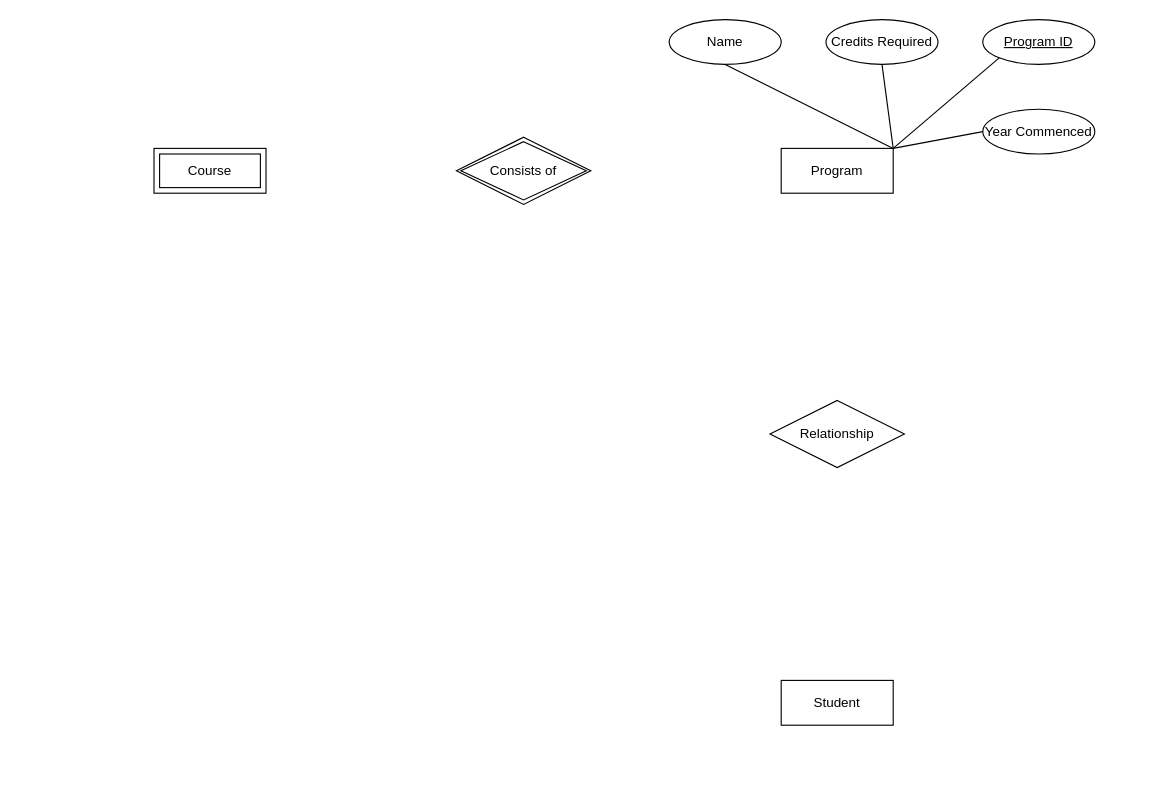
Above: the_university_database.drawio in patrick-doumont/ermodeling (draw.io), before the change. Source tidied: cells renumbered, new cells numbered last; positions are measured from the earlier drawing's top-left corner, leaving out a move shared by most shapes. Both pictures are drawn from the tidied source at 112%, with x=0, y=0 at pixel (153, 19).
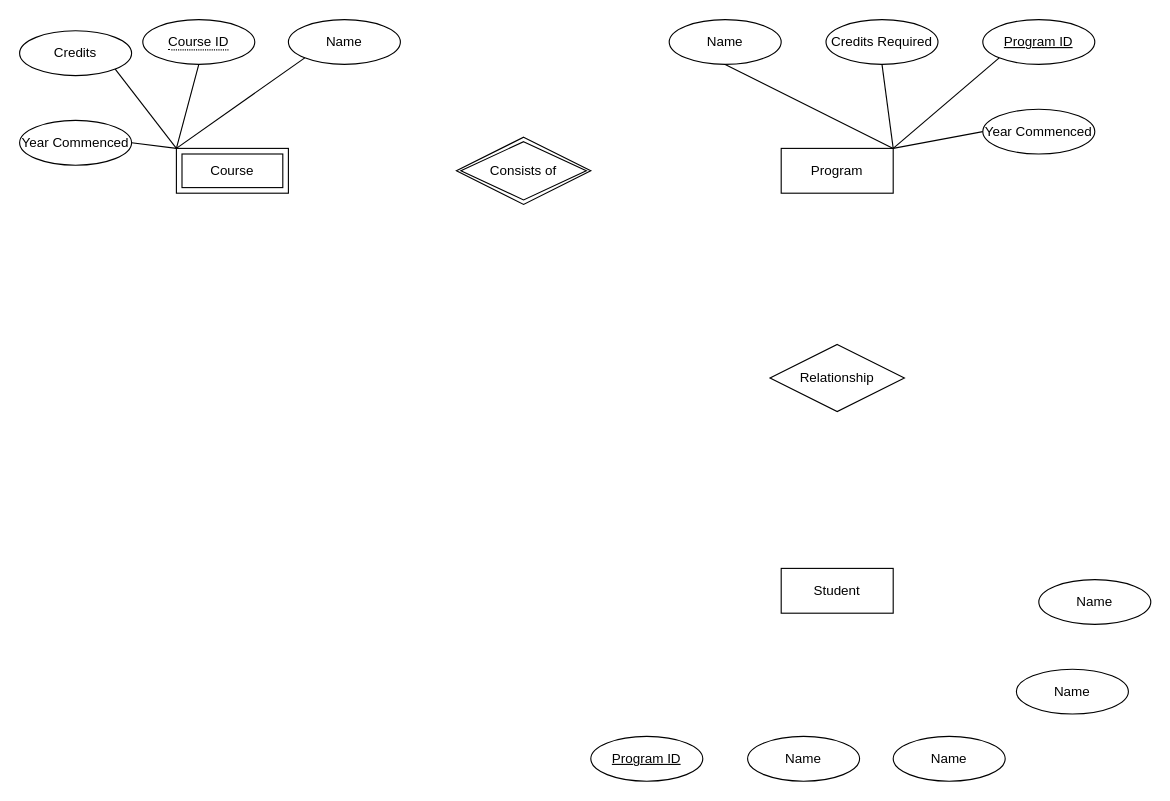
Above is the later version.

The edit, as a diff of the source:
```diff
@@
     <mxCell id="2" value="Student" style="whiteSpace=wrap;html=1;align=center;" parent="1" vertex="1">
-      <mxGeometry x="560" y="590" width="100" height="40" as="geometry" />
+      <mxGeometry x="560" y="490" width="100" height="40" as="geometry" />
     </mxCell>
@@
     <mxCell id="4" value="Course" style="shape=ext;margin=3;double=1;whiteSpace=wrap;html=1;align=center;" parent="1" vertex="1">
-      <mxGeometry y="115" width="100" height="40" as="geometry" />
+      <mxGeometry x="20" y="115" width="100" height="40" as="geometry" />
     </mxCell>
@@
     <mxCell id="6" value="Relationship" style="shape=rhombus;perimeter=rhombusPerimeter;whiteSpace=wrap;html=1;align=center;" parent="1" vertex="1">
-      <mxGeometry x="550" y="340" width="120" height="60" as="geometry" />
+      <mxGeometry x="550" y="290" width="120" height="60" as="geometry" />
     </mxCell>
@@
+    <mxCell id="15" value="Credits" style="ellipse;whiteSpace=wrap;html=1;align=center;" parent="1" vertex="1">
+      <mxGeometry x="-120" y="10" width="100" height="40" as="geometry" />
+    </mxCell>
+    <mxCell id="16" value="Name" style="ellipse;whiteSpace=wrap;html=1;align=center;" parent="1" vertex="1">
+      <mxGeometry x="120" width="100" height="40" as="geometry" />
+    </mxCell>
+    <mxCell id="17" value="Year Commenced" style="ellipse;whiteSpace=wrap;html=1;align=center;" parent="1" vertex="1">
+      <mxGeometry x="-120" y="90" width="100" height="40" as="geometry" />
+    </mxCell>
+    <mxCell id="18" style="endArrow=none;html=1;rounded=0;exitX=1;exitY=1;exitDx=0;exitDy=0;entryX=0;entryY=0;entryDx=0;entryDy=0;" parent="1" edge="1" source="15" target="4">
+      <mxGeometry relative="1" as="geometry" />
+    </mxCell>
+    <mxCell id="19" style="endArrow=none;html=1;rounded=0;exitX=0;exitY=0;exitDx=0;exitDy=0;entryX=1;entryY=0.5;entryDx=0;entryDy=0;" parent="1" edge="1" source="4" target="17">
+      <mxGeometry relative="1" as="geometry" />
+    </mxCell>
+    <mxCell id="20" style="endArrow=none;html=1;rounded=0;exitX=0;exitY=0;exitDx=0;exitDy=0;entryX=0;entryY=1;entryDx=0;entryDy=0;" parent="1" edge="1" source="4" target="16">
+      <mxGeometry relative="1" as="geometry" />
+    </mxCell>
+    <mxCell id="21" style="endArrow=none;html=1;rounded=0;exitX=0;exitY=0;exitDx=0;exitDy=0;entryX=0.5;entryY=1;entryDx=0;entryDy=0;" parent="1" edge="1" source="4" target="22">
+      <mxGeometry relative="1" as="geometry" />
+    </mxCell>
+    <mxCell id="22" value="&lt;span style=&quot;border-bottom: 1px dotted&quot;&gt;Course ID&lt;/span&gt;" style="ellipse;whiteSpace=wrap;html=1;align=center;" parent="1" vertex="1">
+      <mxGeometry x="-10" width="100" height="40" as="geometry" />
+    </mxCell>
+    <mxCell id="23" value="Program ID" style="ellipse;whiteSpace=wrap;html=1;align=center;fontStyle=4;" parent="1" vertex="1">
+      <mxGeometry x="390" y="640" width="100" height="40" as="geometry" />
+    </mxCell>
+    <mxCell id="24" value="Name" style="ellipse;whiteSpace=wrap;html=1;align=center;" parent="1" vertex="1">
+      <mxGeometry x="530" y="640" width="100" height="40" as="geometry" />
+    </mxCell>
+    <mxCell id="25" value="Name" style="ellipse;whiteSpace=wrap;html=1;align=center;" parent="1" vertex="1">
+      <mxGeometry x="660" y="640" width="100" height="40" as="geometry" />
+    </mxCell>
+    <mxCell id="26" value="Name" style="ellipse;whiteSpace=wrap;html=1;align=center;" parent="1" vertex="1">
+      <mxGeometry x="770" y="580" width="100" height="40" as="geometry" />
+    </mxCell>
+    <mxCell id="27" value="Name" style="ellipse;whiteSpace=wrap;html=1;align=center;" parent="1" vertex="1">
+      <mxGeometry x="790" y="500" width="100" height="40" as="geometry" />
+    </mxCell>
```
